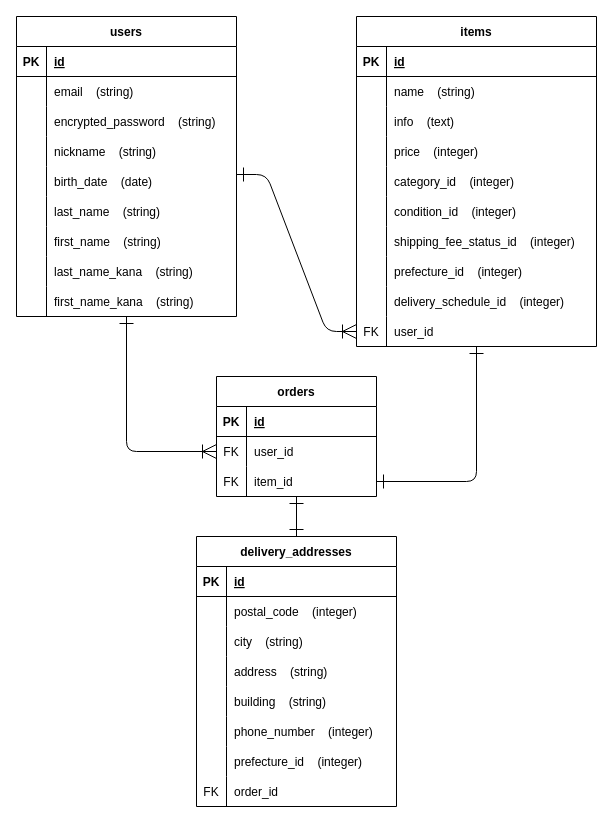
Before: erd.dio in tomcharo/furima-39588, a draw.io diagram. Source tidied: cells renumbered, new cells numbered last; positions are measured from the earlier drawing's top-left corner, leaving out a move shared by most shapes. Both pictures are drawn from the tidied source at 100%, with x=0, y=0 at pixel (16, 16).
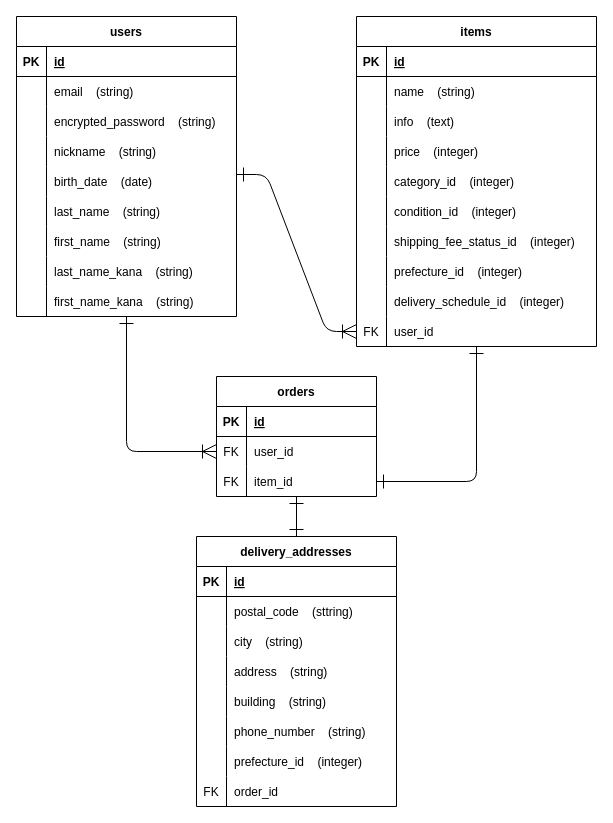
After the change.

Commit message (it also covers changes not shown here):
データベース設計の修正

Unchanged cells that the change refers to:
```xml
<mxCell id="78" style="shape=tableRow;horizontal=0;startSize=0;swimlaneHead=0;swimlaneBody=0;fillColor=none;top=0;left=0;right=0;bottom=0;" parent="74" vertex="1">
  <mxGeometry y="60" width="200" height="30" as="geometry" />
</mxCell>
<mxCell id="90" style="shape=tableRow;horizontal=0;startSize=0;swimlaneHead=0;swimlaneBody=0;fillColor=none;top=0;left=0;right=0;bottom=0;" parent="74" vertex="1">
  <mxGeometry y="180" width="200" height="30" as="geometry" />
</mxCell>
```

Change to the diagram source:
```diff
@@
-    <mxCell id="80" value="postal_code    (integer)" style="shape=partialRectangle;fillColor=none;top=0;left=0;bottom=0;right=0;align=left;spacingLeft=6;overflow=hidden;" parent="78" vertex="1">
+    <mxCell id="80" value="postal_code    (sttring)" style="shape=partialRectangle;fillColor=none;top=0;left=0;bottom=0;right=0;align=left;spacingLeft=6;overflow=hidden;" parent="78" vertex="1">
       <mxGeometry x="30" width="170" height="30" as="geometry" />
     </mxCell>
@@
-    <mxCell id="92" value="phone_number    (integer)" style="shape=partialRectangle;fillColor=none;top=0;left=0;bottom=0;right=0;align=left;spacingLeft=6;overflow=hidden;" parent="90" vertex="1">
+    <mxCell id="92" value="phone_number    (string)" style="shape=partialRectangle;fillColor=none;top=0;left=0;bottom=0;right=0;align=left;spacingLeft=6;overflow=hidden;" parent="90" vertex="1">
       <mxGeometry x="30" width="170" height="30" as="geometry" />
     </mxCell>
```
